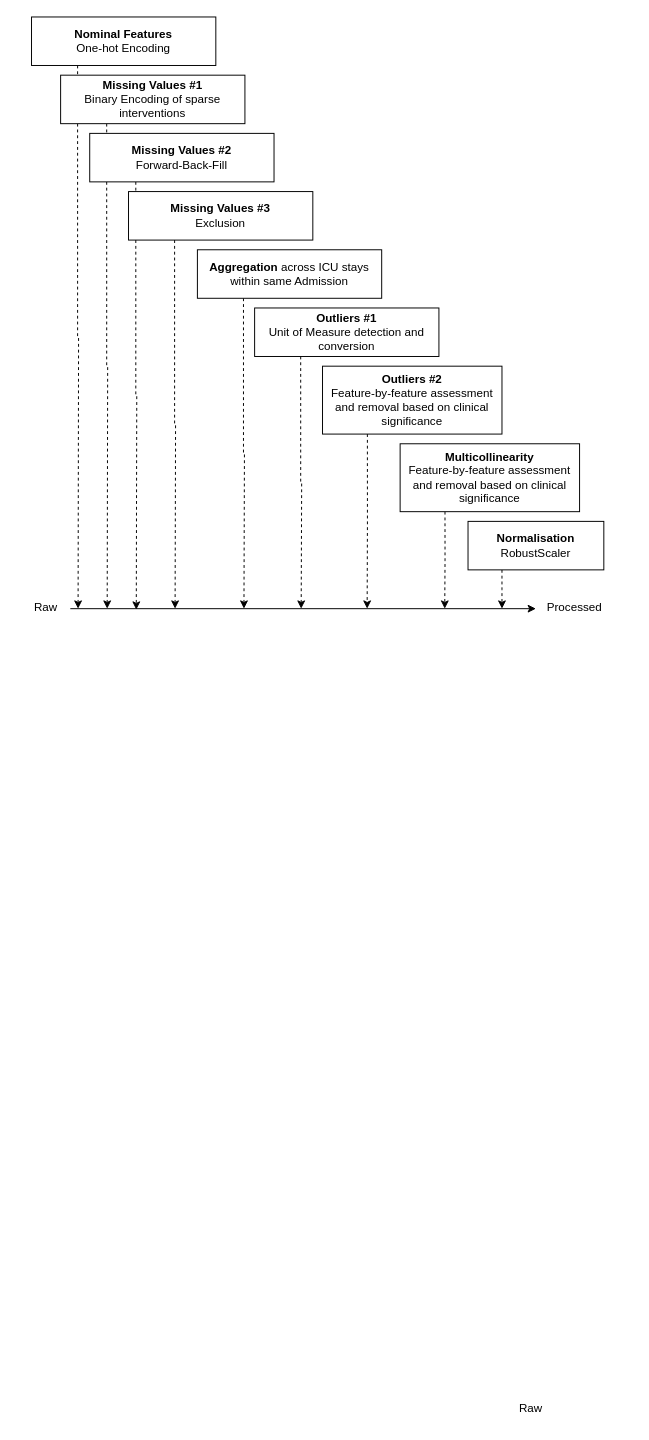
The draw.io diagram img/comp90089_project_diagrams.drawio in johnsonjzhou/comp90089-project, before the edit. Source tidied: cells renumbered, new cells numbered last; positions are measured from the earlier drawing's top-left corner, leaving out a move shared by most shapes. Both pictures are drawn from the tidied source at 97%, with x=0, y=0 at pixel (16, 16).
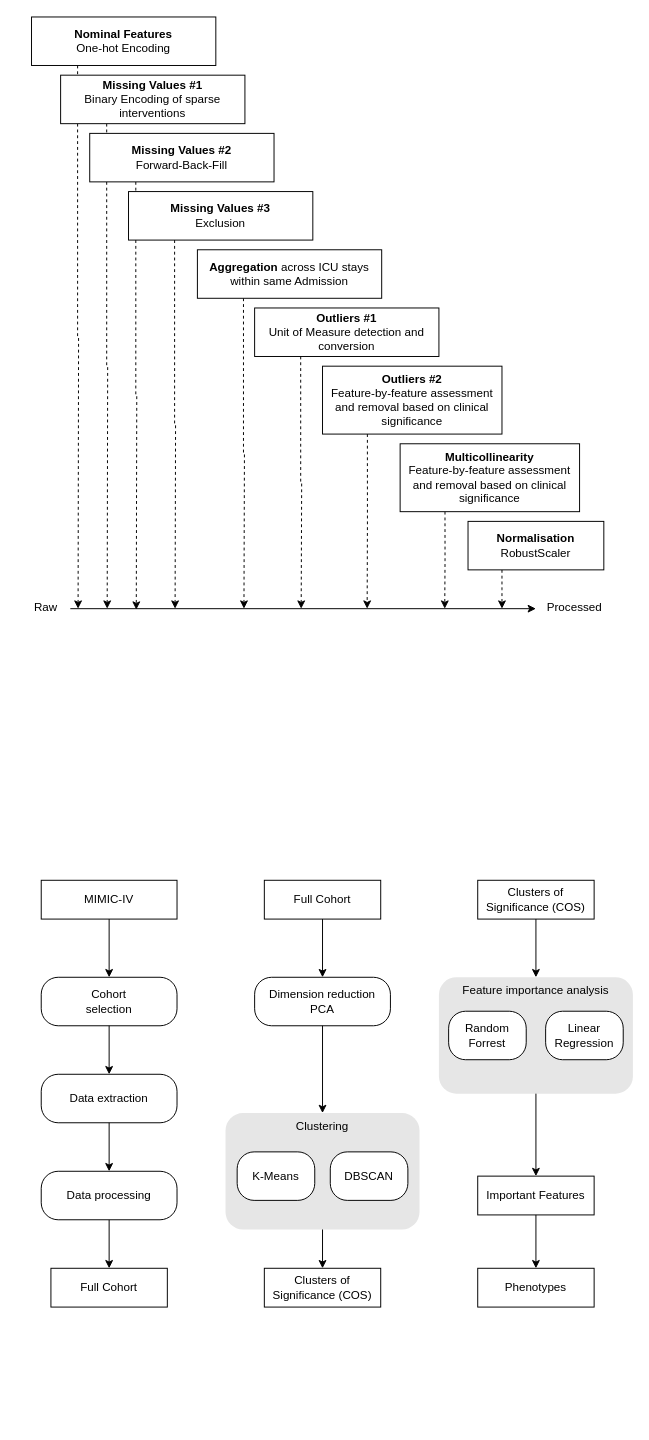
Above is the later version.

Commit message (it also covers changes not shown here):
feat: workflow topology diagram

Change to the diagram source:
```diff
@@
-    <mxCell id="2" value="Raw" style="text;html=1;strokeColor=none;fillColor=none;align=center;verticalAlign=middle;whiteSpace=wrap;rounded=0;" parent="1" vertex="1">
-      <mxGeometry x="500" y="1420" width="60" height="30" as="geometry" />
-    </mxCell>
@@
+    <mxCell id="25" style="group;" parent="1" vertex="1">
+      <mxGeometry x="25" y="890" width="610" height="440" as="geometry" />
+    </mxCell>
+    <mxCell id="26" value="MIMIC-IV" style="whiteSpace=wrap;html=1;align=center;strokeWidth=1;" parent="25" vertex="1">
+      <mxGeometry width="140" height="40" as="geometry" />
+    </mxCell>
+    <mxCell id="27" value="Full Cohort" style="whiteSpace=wrap;html=1;align=center;strokeWidth=1;" parent="25" vertex="1">
+      <mxGeometry x="10" y="400" width="120" height="40" as="geometry" />
+    </mxCell>
+    <mxCell id="28" value="Full Cohort" style="whiteSpace=wrap;html=1;align=center;strokeWidth=1;" parent="25" vertex="1">
+      <mxGeometry x="230" width="120" height="40" as="geometry" />
+    </mxCell>
+    <mxCell id="29" value="Clusters of Significance (COS)" style="whiteSpace=wrap;html=1;align=center;strokeWidth=1;" parent="25" vertex="1">
+      <mxGeometry x="230" y="400" width="120" height="40" as="geometry" />
+    </mxCell>
+    <mxCell id="30" value="Clusters of Significance (COS)" style="whiteSpace=wrap;html=1;align=center;strokeWidth=1;" parent="25" vertex="1">
+      <mxGeometry x="450" width="120" height="40" as="geometry" />
+    </mxCell>
+    <mxCell id="31" value="Cohort&lt;br&gt;selection" style="rounded=1;whiteSpace=wrap;html=1;arcSize=35;" parent="25" vertex="1">
+      <mxGeometry y="100" width="140" height="50" as="geometry" />
+    </mxCell>
+    <mxCell id="32" style="edgeStyle=orthogonalEdgeStyle;rounded=0;jettySize=auto;html=1;entryX=0.5;entryY=0;entryDx=0;entryDy=0;" parent="25" edge="1" source="26" target="31">
+      <mxGeometry relative="1" as="geometry" />
+    </mxCell>
+    <mxCell id="33" value="Data extraction" style="rounded=1;whiteSpace=wrap;html=1;arcSize=35;" parent="25" vertex="1">
+      <mxGeometry y="200" width="140" height="50" as="geometry" />
+    </mxCell>
+    <mxCell id="34" style="edgeStyle=orthogonalEdgeStyle;rounded=0;jettySize=auto;html=1;entryX=0.5;entryY=0;entryDx=0;entryDy=0;" parent="25" edge="1" source="31" target="33">
+      <mxGeometry relative="1" as="geometry" />
+    </mxCell>
+    <mxCell id="35" style="edgeStyle=orthogonalEdgeStyle;rounded=0;jettySize=auto;html=1;entryX=0.5;entryY=0;entryDx=0;entryDy=0;" parent="25" edge="1" source="36" target="27">
+      <mxGeometry relative="1" as="geometry" />
+    </mxCell>
+    <mxCell id="36" value="Data processing" style="rounded=1;whiteSpace=wrap;html=1;arcSize=35;" parent="25" vertex="1">
+      <mxGeometry y="300" width="140" height="50" as="geometry" />
+    </mxCell>
+    <mxCell id="37" style="edgeStyle=orthogonalEdgeStyle;rounded=0;jettySize=auto;html=1;entryX=0.5;entryY=0;entryDx=0;entryDy=0;" parent="25" edge="1" source="33" target="36">
+      <mxGeometry relative="1" as="geometry" />
+    </mxCell>
+    <mxCell id="38" value="Dimension reduction&lt;br&gt;PCA" style="rounded=1;whiteSpace=wrap;html=1;arcSize=35;" parent="25" vertex="1">
+      <mxGeometry x="220" y="100" width="140" height="50" as="geometry" />
+    </mxCell>
+    <mxCell id="39" style="edgeStyle=orthogonalEdgeStyle;rounded=0;jettySize=auto;html=1;entryX=0.5;entryY=0;entryDx=0;entryDy=0;" parent="25" edge="1" source="28" target="38">
+      <mxGeometry relative="1" as="geometry" />
+    </mxCell>
+    <mxCell id="40" value="Important Features" style="whiteSpace=wrap;html=1;align=center;strokeWidth=1;" parent="25" vertex="1">
+      <mxGeometry x="450" y="305" width="120" height="40" as="geometry" />
+    </mxCell>
+    <mxCell id="41" value="Phenotypes" style="whiteSpace=wrap;html=1;align=center;strokeWidth=1;" parent="25" vertex="1">
+      <mxGeometry x="450" y="400" width="120" height="40" as="geometry" />
+    </mxCell>
+    <mxCell id="42" style="edgeStyle=orthogonalEdgeStyle;rounded=0;jettySize=auto;html=1;entryX=0.5;entryY=0;entryDx=0;entryDy=0;" parent="25" edge="1" source="40" target="41">
+      <mxGeometry relative="1" as="geometry" />
+    </mxCell>
+    <mxCell id="43" style="group;" parent="25" vertex="1">
+      <mxGeometry x="410" y="100" width="200" height="120" as="geometry" />
+    </mxCell>
+    <mxCell id="44" value="Feature importance analysis" style="rounded=1;whiteSpace=wrap;html=1;strokeColor=none;fillColor=#E6E6E6;labelPosition=center;verticalLabelPosition=middle;align=center;verticalAlign=top;" parent="43" vertex="1">
+      <mxGeometry width="200" height="120" as="geometry" />
+    </mxCell>
+    <mxCell id="45" value="Random&lt;br&gt;Forrest" style="rounded=1;whiteSpace=wrap;html=1;arcSize=35;" parent="43" vertex="1">
+      <mxGeometry x="10" y="35" width="80" height="50" as="geometry" />
+    </mxCell>
+    <mxCell id="46" value="Linear&lt;br&gt;Regression" style="rounded=1;whiteSpace=wrap;html=1;arcSize=35;" parent="43" vertex="1">
+      <mxGeometry x="110" y="35" width="80" height="50" as="geometry" />
+    </mxCell>
+    <mxCell id="47" style="edgeStyle=orthogonalEdgeStyle;rounded=0;jettySize=auto;html=1;entryX=0.5;entryY=0;entryDx=0;entryDy=0;" parent="25" edge="1" source="30" target="44">
+      <mxGeometry relative="1" as="geometry" />
+    </mxCell>
+    <mxCell id="48" style="group;" parent="25" vertex="1">
+      <mxGeometry x="190" y="240" width="200" height="120" as="geometry" />
+    </mxCell>
+    <mxCell id="49" value="Clustering" style="rounded=1;whiteSpace=wrap;html=1;strokeColor=none;fillColor=#E6E6E6;labelPosition=center;verticalLabelPosition=middle;align=center;verticalAlign=top;" parent="48" vertex="1">
+      <mxGeometry width="200" height="120" as="geometry" />
+    </mxCell>
+    <mxCell id="50" value="K-Means" style="rounded=1;whiteSpace=wrap;html=1;arcSize=35;" parent="48" vertex="1">
+      <mxGeometry x="12" y="40" width="80" height="50" as="geometry" />
+    </mxCell>
+    <mxCell id="51" value="DBSCAN" style="rounded=1;whiteSpace=wrap;html=1;arcSize=35;" parent="48" vertex="1">
+      <mxGeometry x="108" y="40" width="80" height="50" as="geometry" />
+    </mxCell>
+    <mxCell id="52" style="edgeStyle=orthogonalEdgeStyle;rounded=0;jettySize=auto;html=1;entryX=0.5;entryY=0;entryDx=0;entryDy=0;" parent="25" edge="1" source="49" target="29">
+      <mxGeometry relative="1" as="geometry" />
+    </mxCell>
+    <mxCell id="53" style="edgeStyle=orthogonalEdgeStyle;rounded=0;jettySize=auto;html=1;entryX=0.5;entryY=0;entryDx=0;entryDy=0;" parent="25" edge="1" source="38" target="49">
+      <mxGeometry relative="1" as="geometry" />
+    </mxCell>
+    <mxCell id="54" style="edgeStyle=orthogonalEdgeStyle;rounded=0;jettySize=auto;html=1;entryX=0.5;entryY=0;entryDx=0;entryDy=0;" parent="25" edge="1" source="44" target="40">
+      <mxGeometry relative="1" as="geometry" />
+    </mxCell>
```
